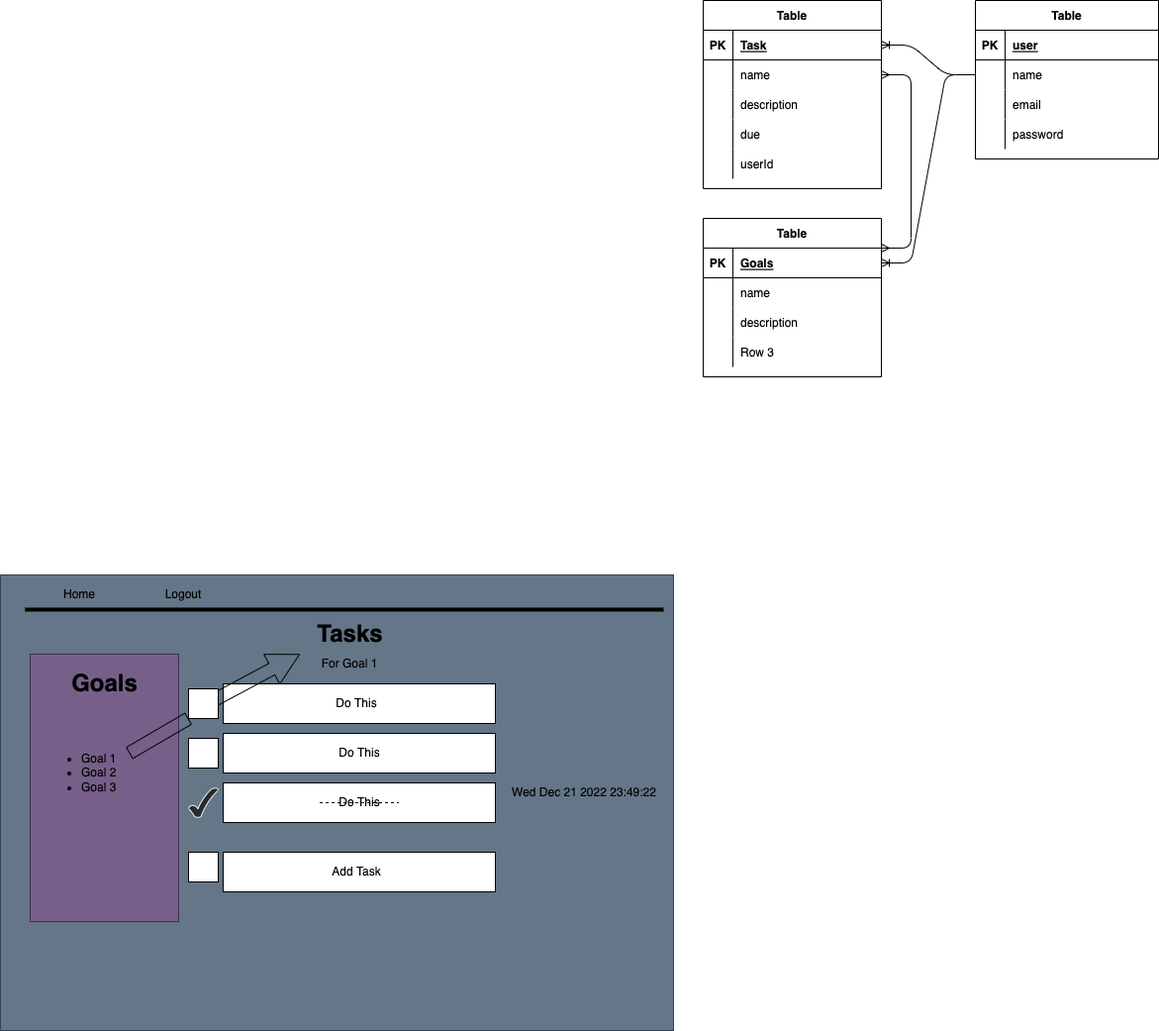
Above: project_2ERD.drawio.png in Turtle-Sprite/Project-Two (draw.io), before the change. Source tidied: cells renumbered, new cells last; positions are measured from the earlier drawing's top-left corner, leaving out a move shared by most shapes.
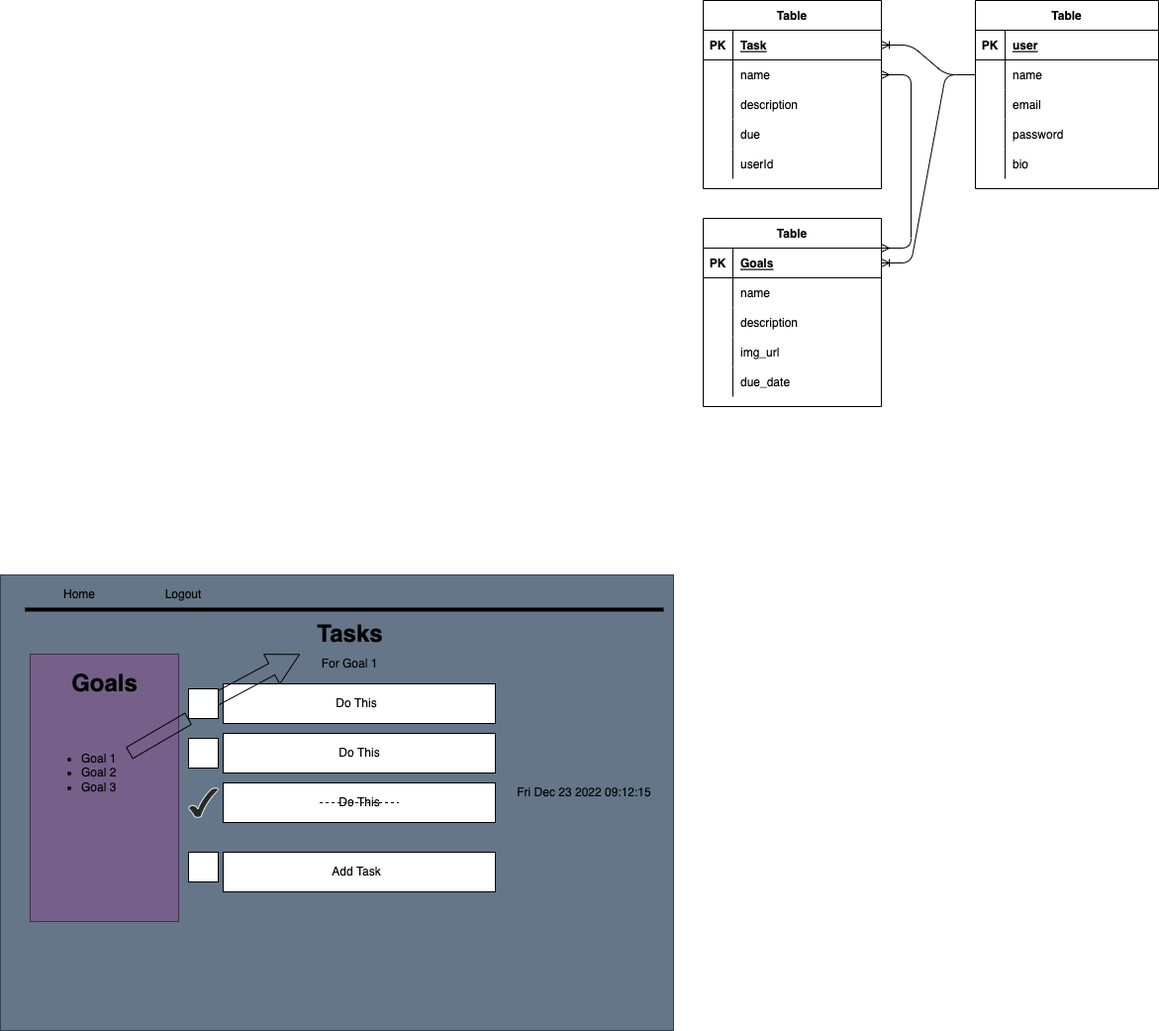
After the change.

The edit, as a diff of the source:
```diff
@@ -51,7 +51,7 @@
       <mxGeometry x="30" width="150" height="30" as="geometry" />
     </mxCell>
     <mxCell id="18" value="Table" style="shape=table;startSize=30;rowLines=0;fontStyle=1;align=center;" parent="1" vertex="1">
-      <mxGeometry x="985" width="185" height="160" as="geometry" />
+      <mxGeometry x="985" width="185" height="190" as="geometry" />
     </mxCell>
     <mxCell id="19" style="shape=partialRectangle;fillColor=none;top=0;left=0;bottom=1;right=0;" parent="18" vertex="1">
       <mxGeometry y="30" width="185" height="30" as="geometry" />
@@ -89,8 +89,17 @@
     <mxCell id="30" value="password" style="shape=partialRectangle;fillColor=none;top=0;left=0;bottom=0;right=0;align=left;spacingLeft=6;overflow=hidden;" parent="28" vertex="1">
       <mxGeometry x="30" width="155" height="30" as="geometry" />
     </mxCell>
+    <mxCell id="73" style="shape=partialRectangle;fillColor=none;top=0;left=0;bottom=0;right=0;" parent="18" vertex="1">
+      <mxGeometry y="150" width="185" height="30" as="geometry" />
+    </mxCell>
+    <mxCell id="74" style="shape=partialRectangle;fillColor=none;top=0;left=0;bottom=0;right=0;overflow=hidden;" parent="73" vertex="1">
+      <mxGeometry width="30" height="30" as="geometry" />
+    </mxCell>
+    <mxCell id="75" value="bio" style="shape=partialRectangle;fillColor=none;top=0;left=0;bottom=0;right=0;align=left;spacingLeft=6;overflow=hidden;" parent="73" vertex="1">
+      <mxGeometry x="30" width="155" height="30" as="geometry" />
+    </mxCell>
     <mxCell id="31" value="Table" style="shape=table;startSize=30;rowLines=0;fontStyle=1;align=center;" parent="1" vertex="1">
-      <mxGeometry x="710" y="220" width="180" height="160" as="geometry" />
+      <mxGeometry x="710" y="220" width="180" height="190" as="geometry" />
     </mxCell>
     <mxCell id="32" style="shape=partialRectangle;fillColor=none;top=0;left=0;bottom=1;right=0;points=[[0,0.5],[1,0.5]];portConstraint=eastwest;" parent="31" vertex="1">
       <mxGeometry y="30" width="180" height="30" as="geometry" />
@@ -125,9 +134,18 @@
     <mxCell id="42" style="shape=partialRectangle;fillColor=none;top=0;left=0;bottom=0;right=0;overflow=hidden;" parent="41" vertex="1">
       <mxGeometry width="30" height="30" as="geometry" />
     </mxCell>
-    <mxCell id="43" value="Row 3" style="shape=partialRectangle;fillColor=none;top=0;left=0;bottom=0;right=0;align=left;spacingLeft=6;overflow=hidden;" parent="41" vertex="1">
+    <mxCell id="43" value="img_url" style="shape=partialRectangle;fillColor=none;top=0;left=0;bottom=0;right=0;align=left;spacingLeft=6;overflow=hidden;" parent="41" vertex="1">
       <mxGeometry x="30" width="150" height="30" as="geometry" />
     </mxCell>
+    <mxCell id="76" style="shape=partialRectangle;fillColor=none;top=0;left=0;bottom=0;right=0;" parent="31" vertex="1">
+      <mxGeometry y="150" width="180" height="30" as="geometry" />
+    </mxCell>
+    <mxCell id="77" style="shape=partialRectangle;fillColor=none;top=0;left=0;bottom=0;right=0;overflow=hidden;" parent="76" vertex="1">
+      <mxGeometry width="30" height="30" as="geometry" />
+    </mxCell>
+    <mxCell id="78" value="due_date" style="shape=partialRectangle;fillColor=none;top=0;left=0;bottom=0;right=0;align=left;spacingLeft=6;overflow=hidden;" parent="76" vertex="1">
+      <mxGeometry x="30" width="150" height="30" as="geometry" />
+    </mxCell>
     <mxCell id="44" style="edgeStyle=entityRelationEdgeStyle;fontSize=12;html=1;endArrow=ERoneToMany;entryX=1;entryY=0.5;entryDx=0;entryDy=0;exitX=0;exitY=0.5;exitDx=0;exitDy=0;" parent="1" edge="1" source="22" target="3">
       <mxGeometry relative="1" as="geometry" />
     </mxCell>
```
